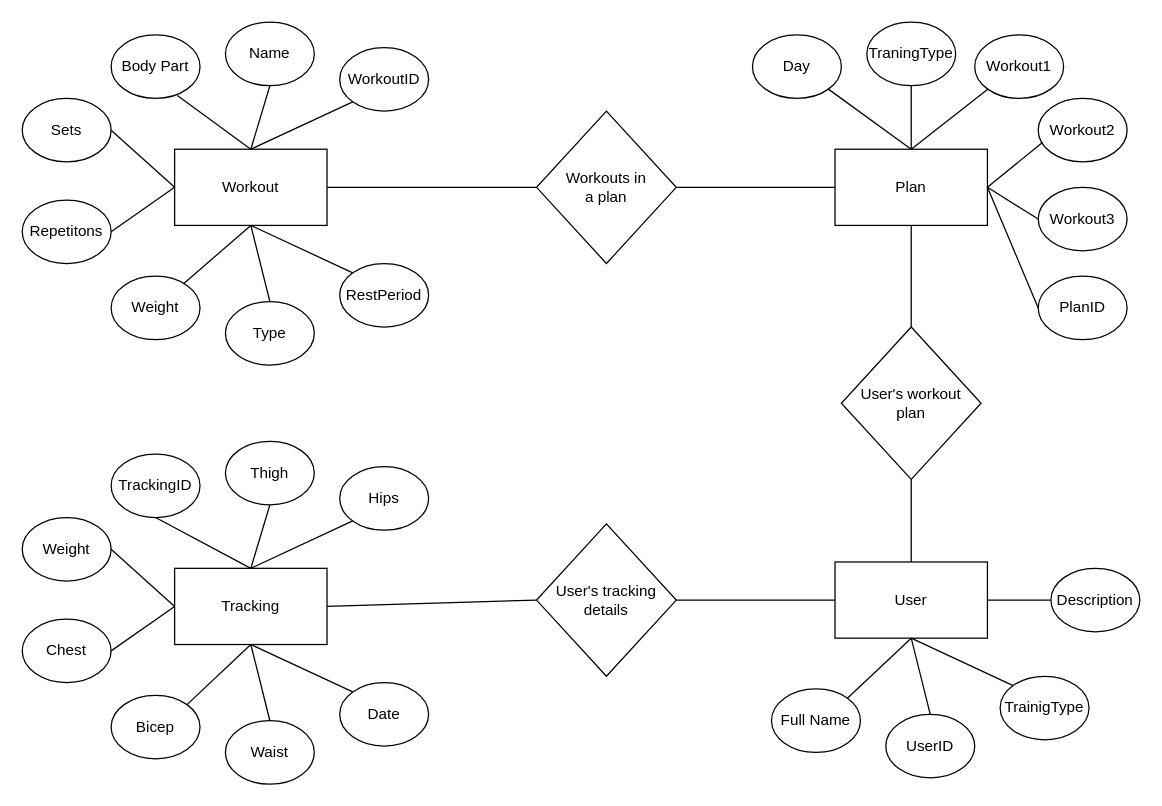
Above: diagrams/FITT_ERD.drawio in bibashmgr/fitt_docs (draw.io), before the change. Source tidied: cells renumbered, new cells numbered last; positions are measured from the earlier drawing's top-left corner, leaving out a move shared by most shapes. Both pictures are drawn from the tidied source at 127%, with x=0, y=0 at pixel (22, 22).
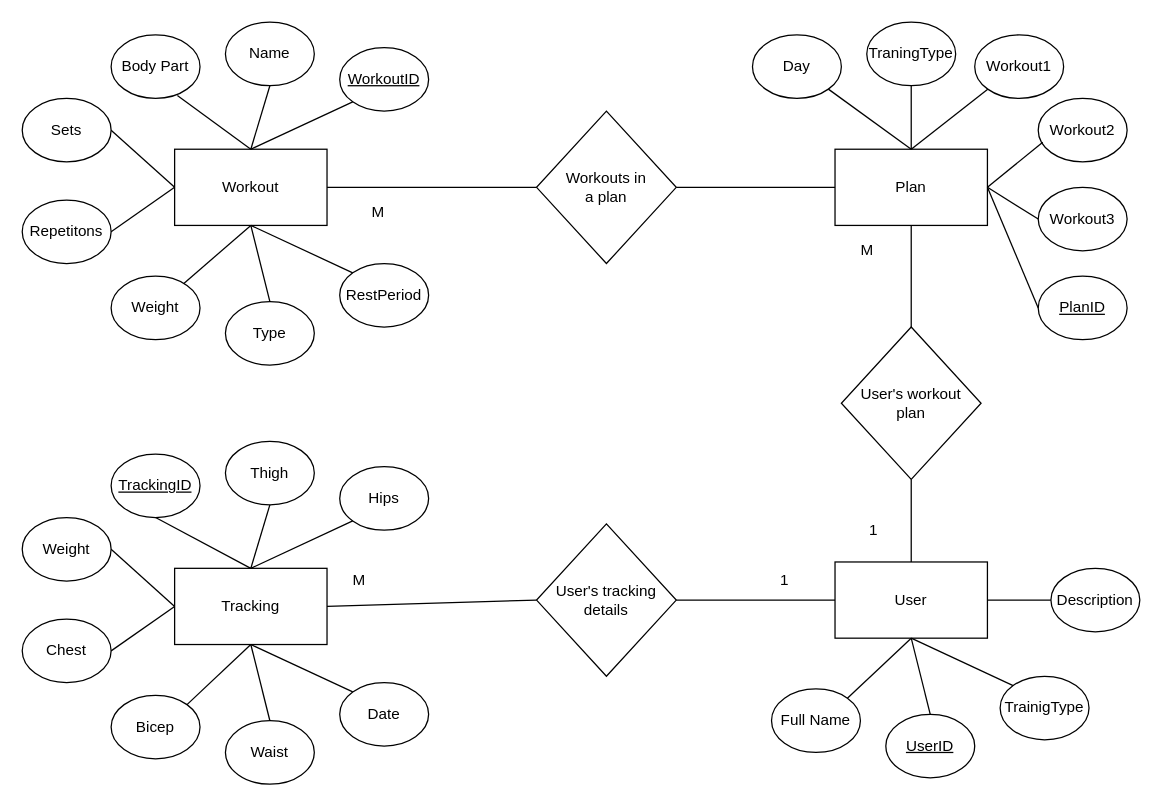
Above is the later version.

Diff of the diagram source:
```diff
@@
-    <mxCell id="10" value="WorkoutID" style="ellipse;whiteSpace=wrap;html=1;" parent="1" vertex="1">
+    <mxCell id="10" value="&lt;u&gt;WorkoutID&lt;/u&gt;" style="ellipse;whiteSpace=wrap;html=1;" parent="1" vertex="1">
       <mxGeometry x="250" y="20" width="70" height="50" as="geometry" />
     </mxCell>
@@
-    <mxCell id="16" value="TrackingID" style="ellipse;whiteSpace=wrap;html=1;" parent="1" vertex="1">
+    <mxCell id="16" value="&lt;u&gt;TrackingID&lt;/u&gt;" style="ellipse;whiteSpace=wrap;html=1;" parent="1" vertex="1">
       <mxGeometry x="70" y="340" width="70" height="50" as="geometry" />
     </mxCell>
@@
-    <mxCell id="21" value="PlanID" style="ellipse;whiteSpace=wrap;html=1;" parent="1" vertex="1">
+    <mxCell id="21" value="&lt;u&gt;PlanID&lt;/u&gt;" style="ellipse;whiteSpace=wrap;html=1;" parent="1" vertex="1">
       <mxGeometry x="800" y="200" width="70" height="50" as="geometry" />
     </mxCell>
@@
-    <mxCell id="28" value="UserID" style="ellipse;whiteSpace=wrap;html=1;" parent="1" vertex="1">
+    <mxCell id="28" value="&lt;u&gt;UserID&lt;/u&gt;" style="ellipse;whiteSpace=wrap;html=1;" parent="1" vertex="1">
       <mxGeometry x="680" y="545" width="70" height="50" as="geometry" />
     </mxCell>
@@
+    <mxCell id="67" value="1" style="text;html=1;align=center;verticalAlign=middle;strokeColor=none;fillColor=none;" parent="1" vertex="1">
+      <mxGeometry x="660" y="390" width="20" height="20" as="geometry" />
+    </mxCell>
+    <mxCell id="68" value="1" style="text;html=1;align=center;verticalAlign=middle;strokeColor=none;fillColor=none;" parent="1" vertex="1">
+      <mxGeometry x="590" y="430" width="20" height="20" as="geometry" />
+    </mxCell>
+    <mxCell id="69" value="M" style="text;html=1;align=center;verticalAlign=middle;strokeColor=none;fillColor=none;" parent="1" vertex="1">
+      <mxGeometry x="250" y="430" width="30" height="20" as="geometry" />
+    </mxCell>
+    <mxCell id="70" value="M" style="text;html=1;align=center;verticalAlign=middle;strokeColor=none;fillColor=none;" parent="1" vertex="1">
+      <mxGeometry x="265" y="140" width="30" height="20" as="geometry" />
+    </mxCell>
+    <mxCell id="71" value="M" style="text;html=1;align=center;verticalAlign=middle;strokeColor=none;fillColor=none;" parent="1" vertex="1">
+      <mxGeometry x="650" y="170" width="30" height="20" as="geometry" />
+    </mxCell>
```
